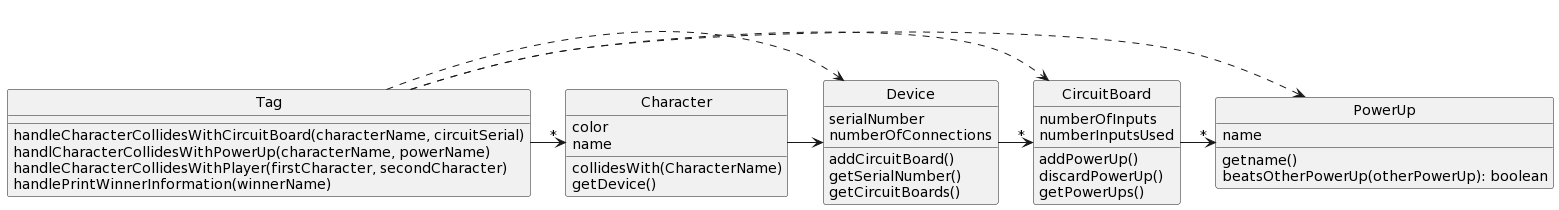
Earlier version of the PlantUML export Homework/DesignProblems/DP5/DP5_A.png (RHIT-CSSE/csse220).
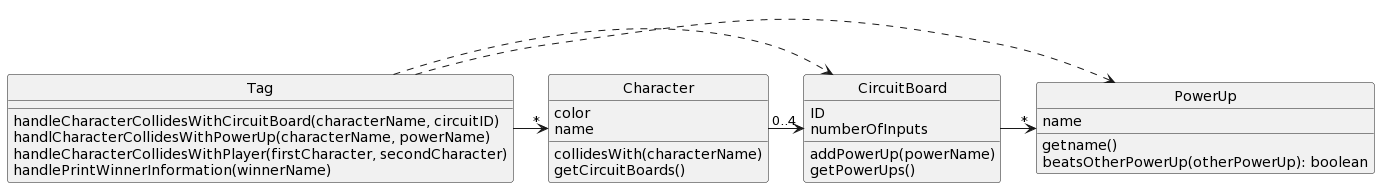
Above is the later version.

Commit message:
Major fix to DP5 part A

What changed in the source:
```diff
@@ -1,7 +1,7 @@
 @startuml
 skinparam style strictuml
 class Tag{
-handleCharacterCollidesWithCircuitBoard(characterName, circuitSerial)
+handleCharacterCollidesWithCircuitBoard(characterName, circuitID)
 handlCharacterCollidesWithPowerUp(characterName, powerName)
 handleCharacterCollidesWithPlayer(firstCharacter, secondCharacter)
 handlePrintWinnerInformation(winnerName)
@@ -9,21 +9,13 @@
 class Character {
 color
 name
-collidesWith(CharacterName)
-getDevice()
-}
-class Device {
-serialNumber
-numberOfConnections
-addCircuitBoard()
-getSerialNumber()
+collidesWith(characterName)
 getCircuitBoards()
 }
 class CircuitBoard {
+ID
 numberOfInputs
-numberInputsUsed
-addPowerUp()
-discardPowerUp()
+addPowerUp(powerName)
 getPowerUps()
 }
 class PowerUp {
@@ -32,10 +24,8 @@
 beatsOtherPowerUp(otherPowerUp): boolean
 }
 Tag -> "*" Character
-Character -right-> Device
-Device -> "*" CircuitBoard
+Character -right->"0..4" CircuitBoard
 CircuitBoard -> "*" PowerUp
-Tag .right.> Device
 Tag .right.> CircuitBoard
 Tag .right.> PowerUp
 @enduml
```
